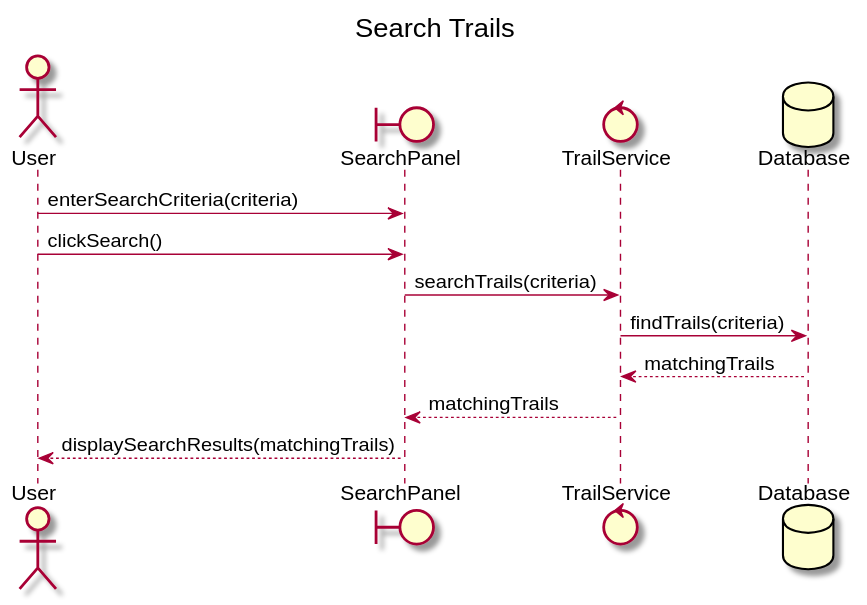
This is uml-diagrams/svg/sequence/searchTrails.svg from milelime/Wildlife-Explorer, a PlantUML export, as it was before one commit. The source it was exported from:
```plantuml
@startuml
title Search Trails

actor User
boundary SearchPanel
control TrailService
database Database

User -> SearchPanel : enterSearchCriteria(criteria)
User -> SearchPanel : clickSearch()

SearchPanel -> TrailService : searchTrails(criteria)
TrailService -> Database : findTrails(criteria)
Database --> TrailService : matchingTrails
TrailService --> SearchPanel : matchingTrails

SearchPanel --> User : displaySearchResults(matchingTrails)

@enduml
```
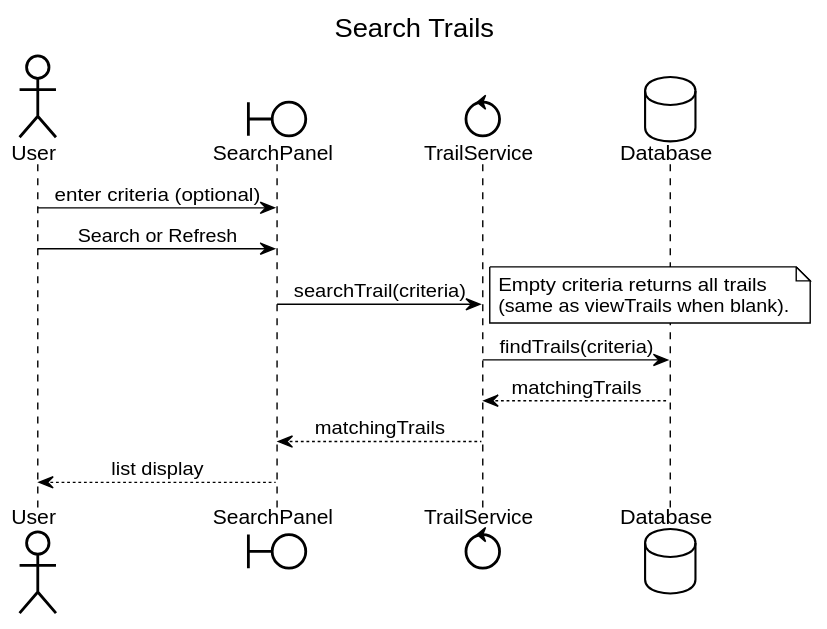
Later version of the same file.

Change to the diagram source:
```diff
@@ -1,4 +1,75 @@
 @startuml
+
+skinparam BackgroundColor white
+skinparam shadowing false
+skinparam defaultFontName SansSerif
+skinparam ArrowColor black
+skinparam ArrowThickness 1
+
+skinparam classAttributeIconSize 0
+skinparam class {
+  BackgroundColor white
+  BorderColor black
+  FontColor black
+}
+skinparam package {
+  BackgroundColor white
+  BorderColor black
+  FontColor black
+}
+skinparam stereotype {
+  BackgroundColor white
+  FontColor black
+}
+
+skinparam sequenceMessageAlign center
+skinparam LifeLineBorderColor black
+skinparam LifeLineBackgroundColor white
+skinparam sequence {
+  ArrowColor black
+  LifeLineBorderColor black
+}
+skinparam participant {
+  BackgroundColor white
+  BorderColor black
+  FontColor black
+}
+skinparam actor {
+  BackgroundColor white
+  BorderColor black
+  FontColor black
+}
+skinparam boundary {
+  BackgroundColor white
+  BorderColor black
+  FontColor black
+}
+skinparam control {
+  BackgroundColor white
+  BorderColor black
+  FontColor black
+}
+skinparam database {
+  BackgroundColor white
+  BorderColor black
+  FontColor black
+}
+skinparam entity {
+  BackgroundColor white
+  BorderColor black
+  FontColor black
+}
+skinparam collections {
+  BackgroundColor white
+  BorderColor black
+  FontColor black
+}
+skinparam note {
+  BackgroundColor white
+  BorderColor black
+  FontColor black
+}
+
 title Search Trails
 
 actor User
@@ -6,14 +77,19 @@
 control TrailService
 database Database
 
-User -> SearchPanel : enterSearchCriteria(criteria)
-User -> SearchPanel : clickSearch()
+User -> SearchPanel : enter criteria (optional)
+User -> SearchPanel : Search or Refresh
 
-SearchPanel -> TrailService : searchTrails(criteria)
+SearchPanel -> TrailService : searchTrail(criteria)
+note right
+  Empty criteria returns all trails
+  (same as viewTrails when blank).
+end note
+
 TrailService -> Database : findTrails(criteria)
 Database --> TrailService : matchingTrails
 TrailService --> SearchPanel : matchingTrails
 
-SearchPanel --> User : displaySearchResults(matchingTrails)
+SearchPanel --> User : list display
 
 @enduml
```
